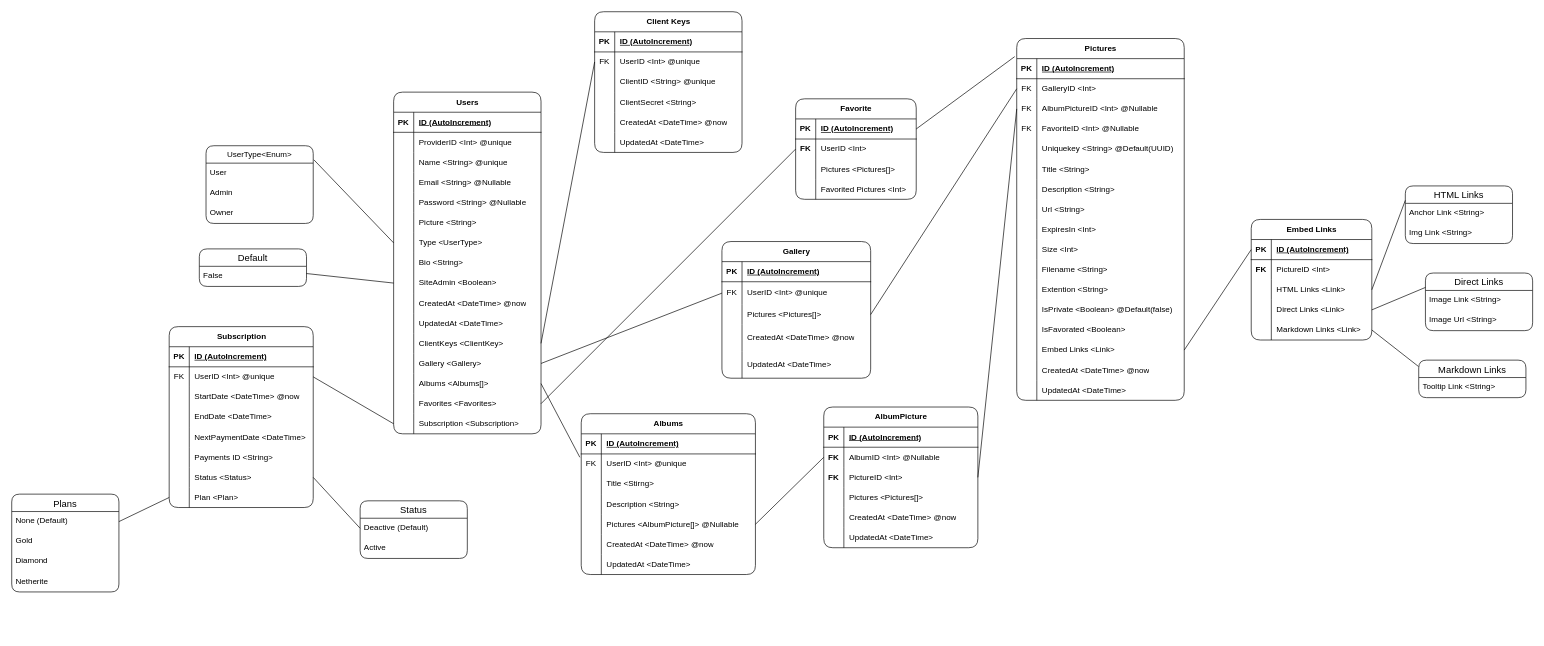
Novanaa/Pixelarium keeps this draw.io diagram as project/models/Pixelarium.drawio. Above is the earlier version. Source tidied: cells renumbered, new cells numbered last; positions are measured from the earlier drawing's top-left corner, leaving out a move shared by most shapes. Both pictures are drawn from the tidied source at 67%, with x=0, y=0 at pixel (11, 11).
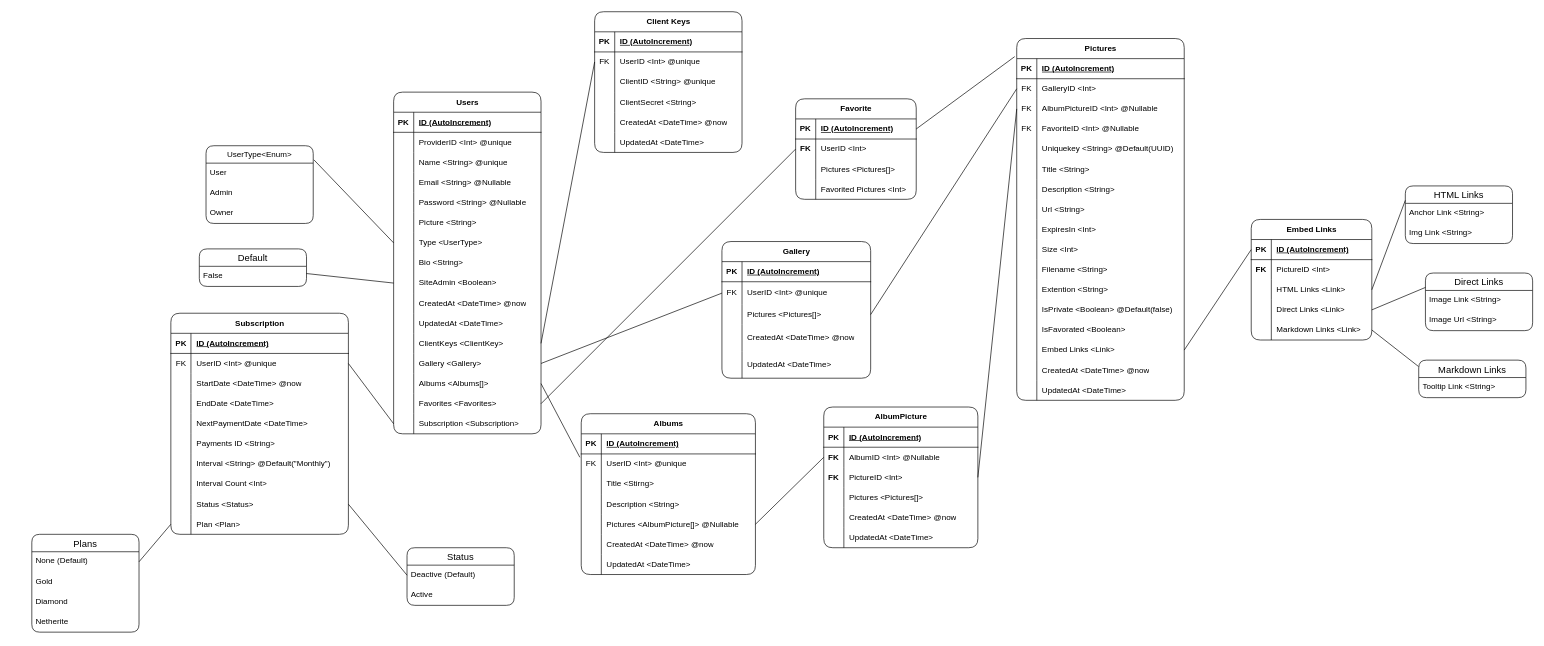
Above is the later version.

Commit message (it also covers changes not shown here):
Added interval and interval_count field to subscription model

What changed in the source:
```diff
@@
     <mxCell id="172" value="Subscription" style="shape=table;startSize=30;childLayout=tableLayout;rowLines=0;fontStyle=1;align=center;html=1;rounded=1;" parent="1" vertex="1">
-      <mxGeometry x="235" y="470" width="215" height="270" as="geometry" />
+      <mxGeometry x="237.5" y="450" width="265" height="330" as="geometry" />
     </mxCell>
     <mxCell id="173" style="shape=tableRow;horizontal=0;startSize=0;swimlaneHead=0;swimlaneBody=0;fillColor=none;top=0;left=0;right=0;bottom=1;" parent="172" vertex="1">
-      <mxGeometry y="30" width="215" height="30" as="geometry" />
+      <mxGeometry y="30" width="265" height="30" as="geometry" />
     </mxCell>
@@
     <mxCell id="175" value="ID (AutoIncrement)" style="shape=partialRectangle;fillColor=none;top=0;left=0;bottom=0;right=0;align=left;spacingLeft=6;fontStyle=5;overflow=hidden;whiteSpace=wrap;html=1;" parent="173" vertex="1">
-      <mxGeometry x="30" width="185" height="30" as="geometry" />
+      <mxGeometry x="30" width="235" height="30" as="geometry" />
     </mxCell>
     <mxCell id="176" style="shape=tableRow;horizontal=0;startSize=0;swimlaneHead=0;swimlaneBody=0;fillColor=none;points=[[0,0.5],[1,0.5]];portConstraint=eastwest;top=0;left=0;right=0;bottom=0;" parent="172" vertex="1">
-      <mxGeometry y="60" width="215" height="30" as="geometry" />
+      <mxGeometry y="60" width="265" height="30" as="geometry" />
     </mxCell>
@@
     <mxCell id="178" value="UserID &amp;lt;Int&amp;gt; @unique" style="shape=partialRectangle;fillColor=none;top=0;left=0;bottom=0;right=0;align=left;spacingLeft=6;overflow=hidden;whiteSpace=wrap;html=1;" parent="176" vertex="1">
-      <mxGeometry x="30" width="185" height="30" as="geometry" />
+      <mxGeometry x="30" width="235" height="30" as="geometry" />
     </mxCell>
     <mxCell id="179" style="shape=tableRow;horizontal=0;startSize=0;swimlaneHead=0;swimlaneBody=0;fillColor=none;top=0;left=0;right=0;bottom=0;" parent="172" vertex="1">
-      <mxGeometry y="90" width="215" height="30" as="geometry" />
+      <mxGeometry y="90" width="265" height="30" as="geometry" />
     </mxCell>
@@
     <mxCell id="181" value="StartDate &amp;lt;DateTime&amp;gt; @now" style="shape=partialRectangle;fillColor=none;top=0;left=0;bottom=0;right=0;align=left;spacingLeft=6;overflow=hidden;whiteSpace=wrap;html=1;" parent="179" vertex="1">
-      <mxGeometry x="30" width="185" height="30" as="geometry" />
+      <mxGeometry x="30" width="235" height="30" as="geometry" />
     </mxCell>
     <mxCell id="182" style="shape=tableRow;horizontal=0;startSize=0;swimlaneHead=0;swimlaneBody=0;fillColor=none;top=0;left=0;right=0;bottom=0;" parent="172" vertex="1">
-      <mxGeometry y="120" width="215" height="30" as="geometry" />
+      <mxGeometry y="120" width="265" height="30" as="geometry" />
     </mxCell>
@@
     <mxCell id="184" value="EndDate &amp;lt;DateTime&amp;gt;&amp;nbsp;" style="shape=partialRectangle;fillColor=none;top=0;left=0;bottom=0;right=0;align=left;spacingLeft=6;overflow=hidden;whiteSpace=wrap;html=1;" parent="182" vertex="1">
-      <mxGeometry x="30" width="185" height="30" as="geometry" />
+      <mxGeometry x="30" width="235" height="30" as="geometry" />
     </mxCell>
     <mxCell id="185" style="shape=tableRow;horizontal=0;startSize=0;swimlaneHead=0;swimlaneBody=0;fillColor=none;top=0;left=0;right=0;bottom=0;" parent="172" vertex="1">
-      <mxGeometry y="150" width="215" height="30" as="geometry" />
+      <mxGeometry y="150" width="265" height="30" as="geometry" />
     </mxCell>
@@
     <mxCell id="187" value="NextPaymentDate &amp;lt;DateTime&amp;gt;&amp;nbsp;" style="shape=partialRectangle;fillColor=none;top=0;left=0;bottom=0;right=0;align=left;spacingLeft=6;overflow=hidden;whiteSpace=wrap;html=1;" parent="185" vertex="1">
-      <mxGeometry x="30" width="185" height="30" as="geometry" />
+      <mxGeometry x="30" width="235" height="30" as="geometry" />
     </mxCell>
     <mxCell id="188" style="shape=tableRow;horizontal=0;startSize=0;swimlaneHead=0;swimlaneBody=0;fillColor=none;top=0;left=0;right=0;bottom=0;" parent="172" vertex="1">
-      <mxGeometry y="180" width="215" height="30" as="geometry" />
+      <mxGeometry y="180" width="265" height="30" as="geometry" />
     </mxCell>
@@
     <mxCell id="190" value="Payments ID &amp;lt;String&amp;gt;" style="shape=partialRectangle;fillColor=none;top=0;left=0;bottom=0;right=0;align=left;spacingLeft=6;overflow=hidden;whiteSpace=wrap;html=1;" parent="188" vertex="1">
-      <mxGeometry x="30" width="185" height="30" as="geometry" />
+      <mxGeometry x="30" width="235" height="30" as="geometry" />
     </mxCell>
+    <mxCell id="272" style="shape=tableRow;horizontal=0;startSize=0;swimlaneHead=0;swimlaneBody=0;fillColor=none;top=0;left=0;right=0;bottom=0;" parent="172" vertex="1">
+      <mxGeometry y="210" width="265" height="30" as="geometry" />
+    </mxCell>
+    <mxCell id="273" style="shape=partialRectangle;fillColor=none;top=0;left=0;bottom=0;right=0;overflow=hidden;whiteSpace=wrap;html=1;" parent="272" vertex="1">
+      <mxGeometry width="30" height="30" as="geometry" />
+    </mxCell>
+    <mxCell id="274" value="Interval &amp;lt;String&amp;gt; @Default(&quot;Monthly&lt;span style=&quot;background-color: initial;&quot;&gt;&quot;)&lt;/span&gt;" style="shape=partialRectangle;fillColor=none;top=0;left=0;bottom=0;right=0;align=left;spacingLeft=6;overflow=hidden;whiteSpace=wrap;html=1;" parent="272" vertex="1">
+      <mxGeometry x="30" width="235" height="30" as="geometry" />
+    </mxCell>
+    <mxCell id="275" style="shape=tableRow;horizontal=0;startSize=0;swimlaneHead=0;swimlaneBody=0;fillColor=none;top=0;left=0;right=0;bottom=0;" parent="172" vertex="1">
+      <mxGeometry y="240" width="265" height="30" as="geometry" />
+    </mxCell>
+    <mxCell id="276" style="shape=partialRectangle;fillColor=none;top=0;left=0;bottom=0;right=0;overflow=hidden;whiteSpace=wrap;html=1;" parent="275" vertex="1">
+      <mxGeometry width="30" height="30" as="geometry" />
+    </mxCell>
+    <mxCell id="277" value="Interval Count &amp;lt;Int&amp;gt;" style="shape=partialRectangle;fillColor=none;top=0;left=0;bottom=0;right=0;align=left;spacingLeft=6;overflow=hidden;whiteSpace=wrap;html=1;" parent="275" vertex="1">
+      <mxGeometry x="30" width="235" height="30" as="geometry" />
+    </mxCell>
     <mxCell id="191" style="shape=tableRow;horizontal=0;startSize=0;swimlaneHead=0;swimlaneBody=0;fillColor=none;points=[[0,0.5],[1,0.5]];portConstraint=eastwest;top=0;left=0;right=0;bottom=0;" parent="172" vertex="1">
-      <mxGeometry y="210" width="215" height="30" as="geometry" />
+      <mxGeometry y="270" width="265" height="30" as="geometry" />
     </mxCell>
@@
     <mxCell id="193" value="Status &amp;lt;Status&amp;gt;" style="shape=partialRectangle;fillColor=none;top=0;left=0;bottom=0;right=0;align=left;spacingLeft=6;overflow=hidden;whiteSpace=wrap;html=1;" parent="191" vertex="1">
-      <mxGeometry x="30" width="185" height="30" as="geometry" />
+      <mxGeometry x="30" width="235" height="30" as="geometry" />
     </mxCell>
     <mxCell id="194" style="shape=tableRow;horizontal=0;startSize=0;swimlaneHead=0;swimlaneBody=0;fillColor=none;points=[[0,0.5],[1,0.5]];portConstraint=eastwest;top=0;left=0;right=0;bottom=0;" parent="172" vertex="1">
-      <mxGeometry y="240" width="215" height="30" as="geometry" />
+      <mxGeometry y="300" width="265" height="30" as="geometry" />
     </mxCell>
@@
     <mxCell id="196" value="Plan &amp;lt;Plan&amp;gt;" style="shape=partialRectangle;fillColor=none;top=0;left=0;bottom=0;right=0;align=left;spacingLeft=6;overflow=hidden;whiteSpace=wrap;html=1;" parent="194" vertex="1">
-      <mxGeometry x="30" width="185" height="30" as="geometry" />
+      <mxGeometry x="30" width="235" height="30" as="geometry" />
     </mxCell>
@@
     <mxCell id="198" value="Status" style="swimlane;fontStyle=0;horizontal=1;startSize=26;align=center;fontSize=14;rounded=1;" parent="1" vertex="1">
-      <mxGeometry x="520" y="730" width="160" height="86" as="geometry" />
+      <mxGeometry x="590" y="800" width="160" height="86" as="geometry" />
     </mxCell>
@@
     <mxCell id="202" value="Plans" style="swimlane;fontStyle=0;horizontal=1;startSize=26;align=center;fontSize=14;rounded=1;" parent="1" vertex="1">
-      <mxGeometry y="720" width="160" height="146" as="geometry" />
+      <mxGeometry x="30" y="780" width="160" height="146" as="geometry" />
     </mxCell>
```
